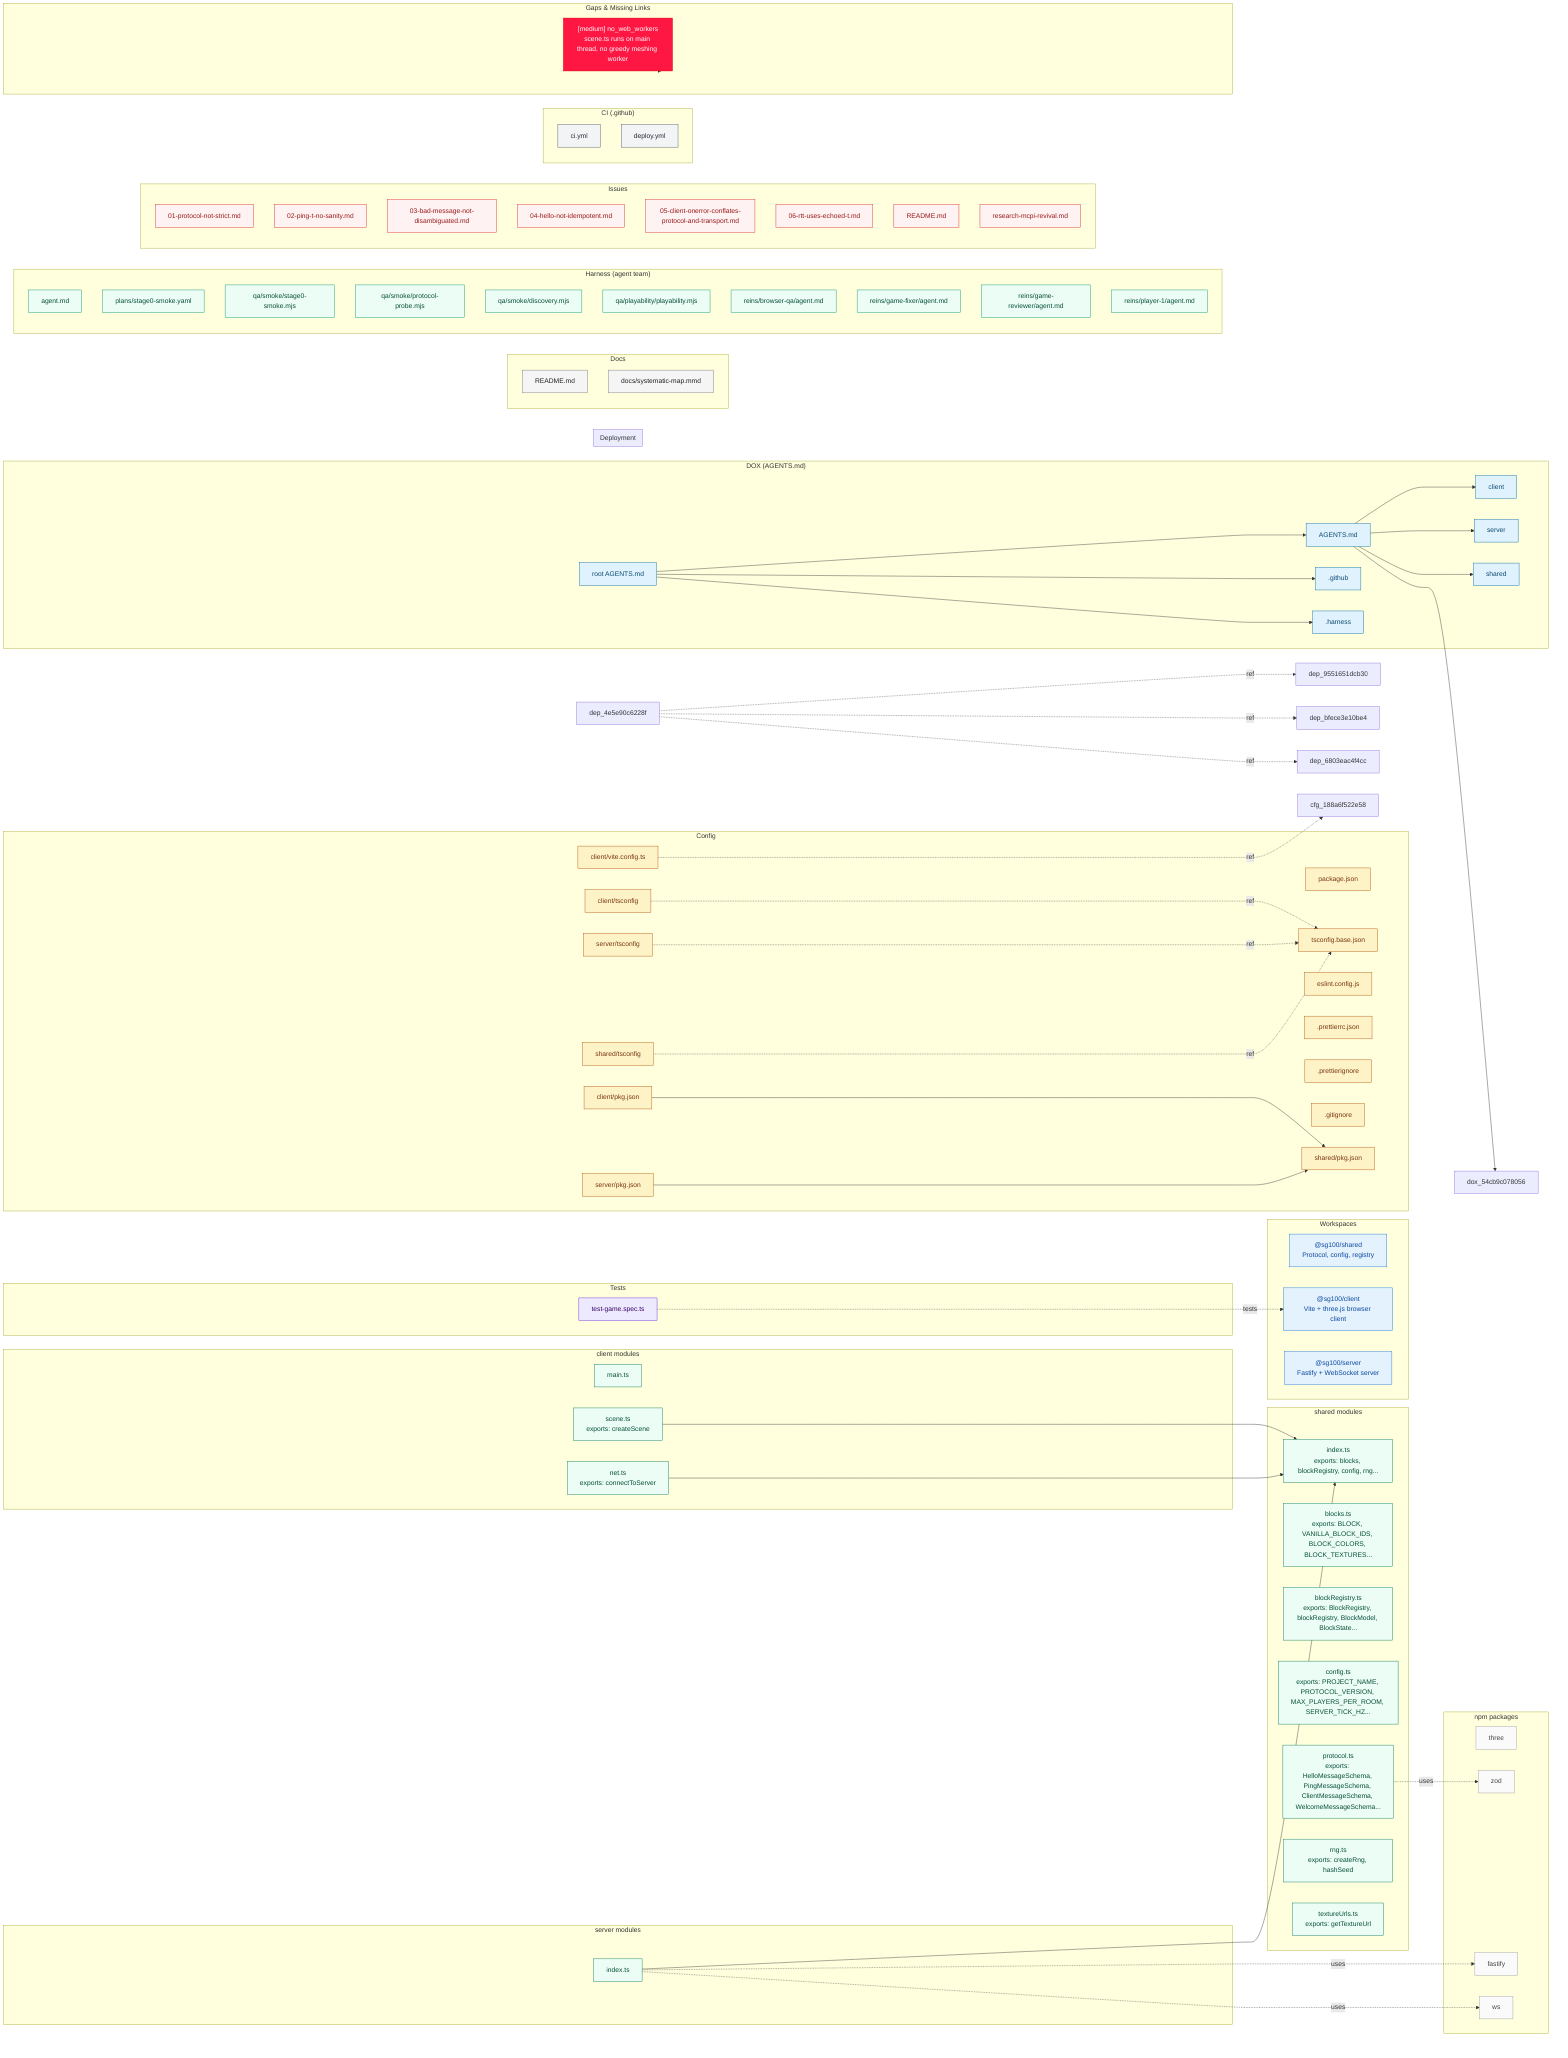
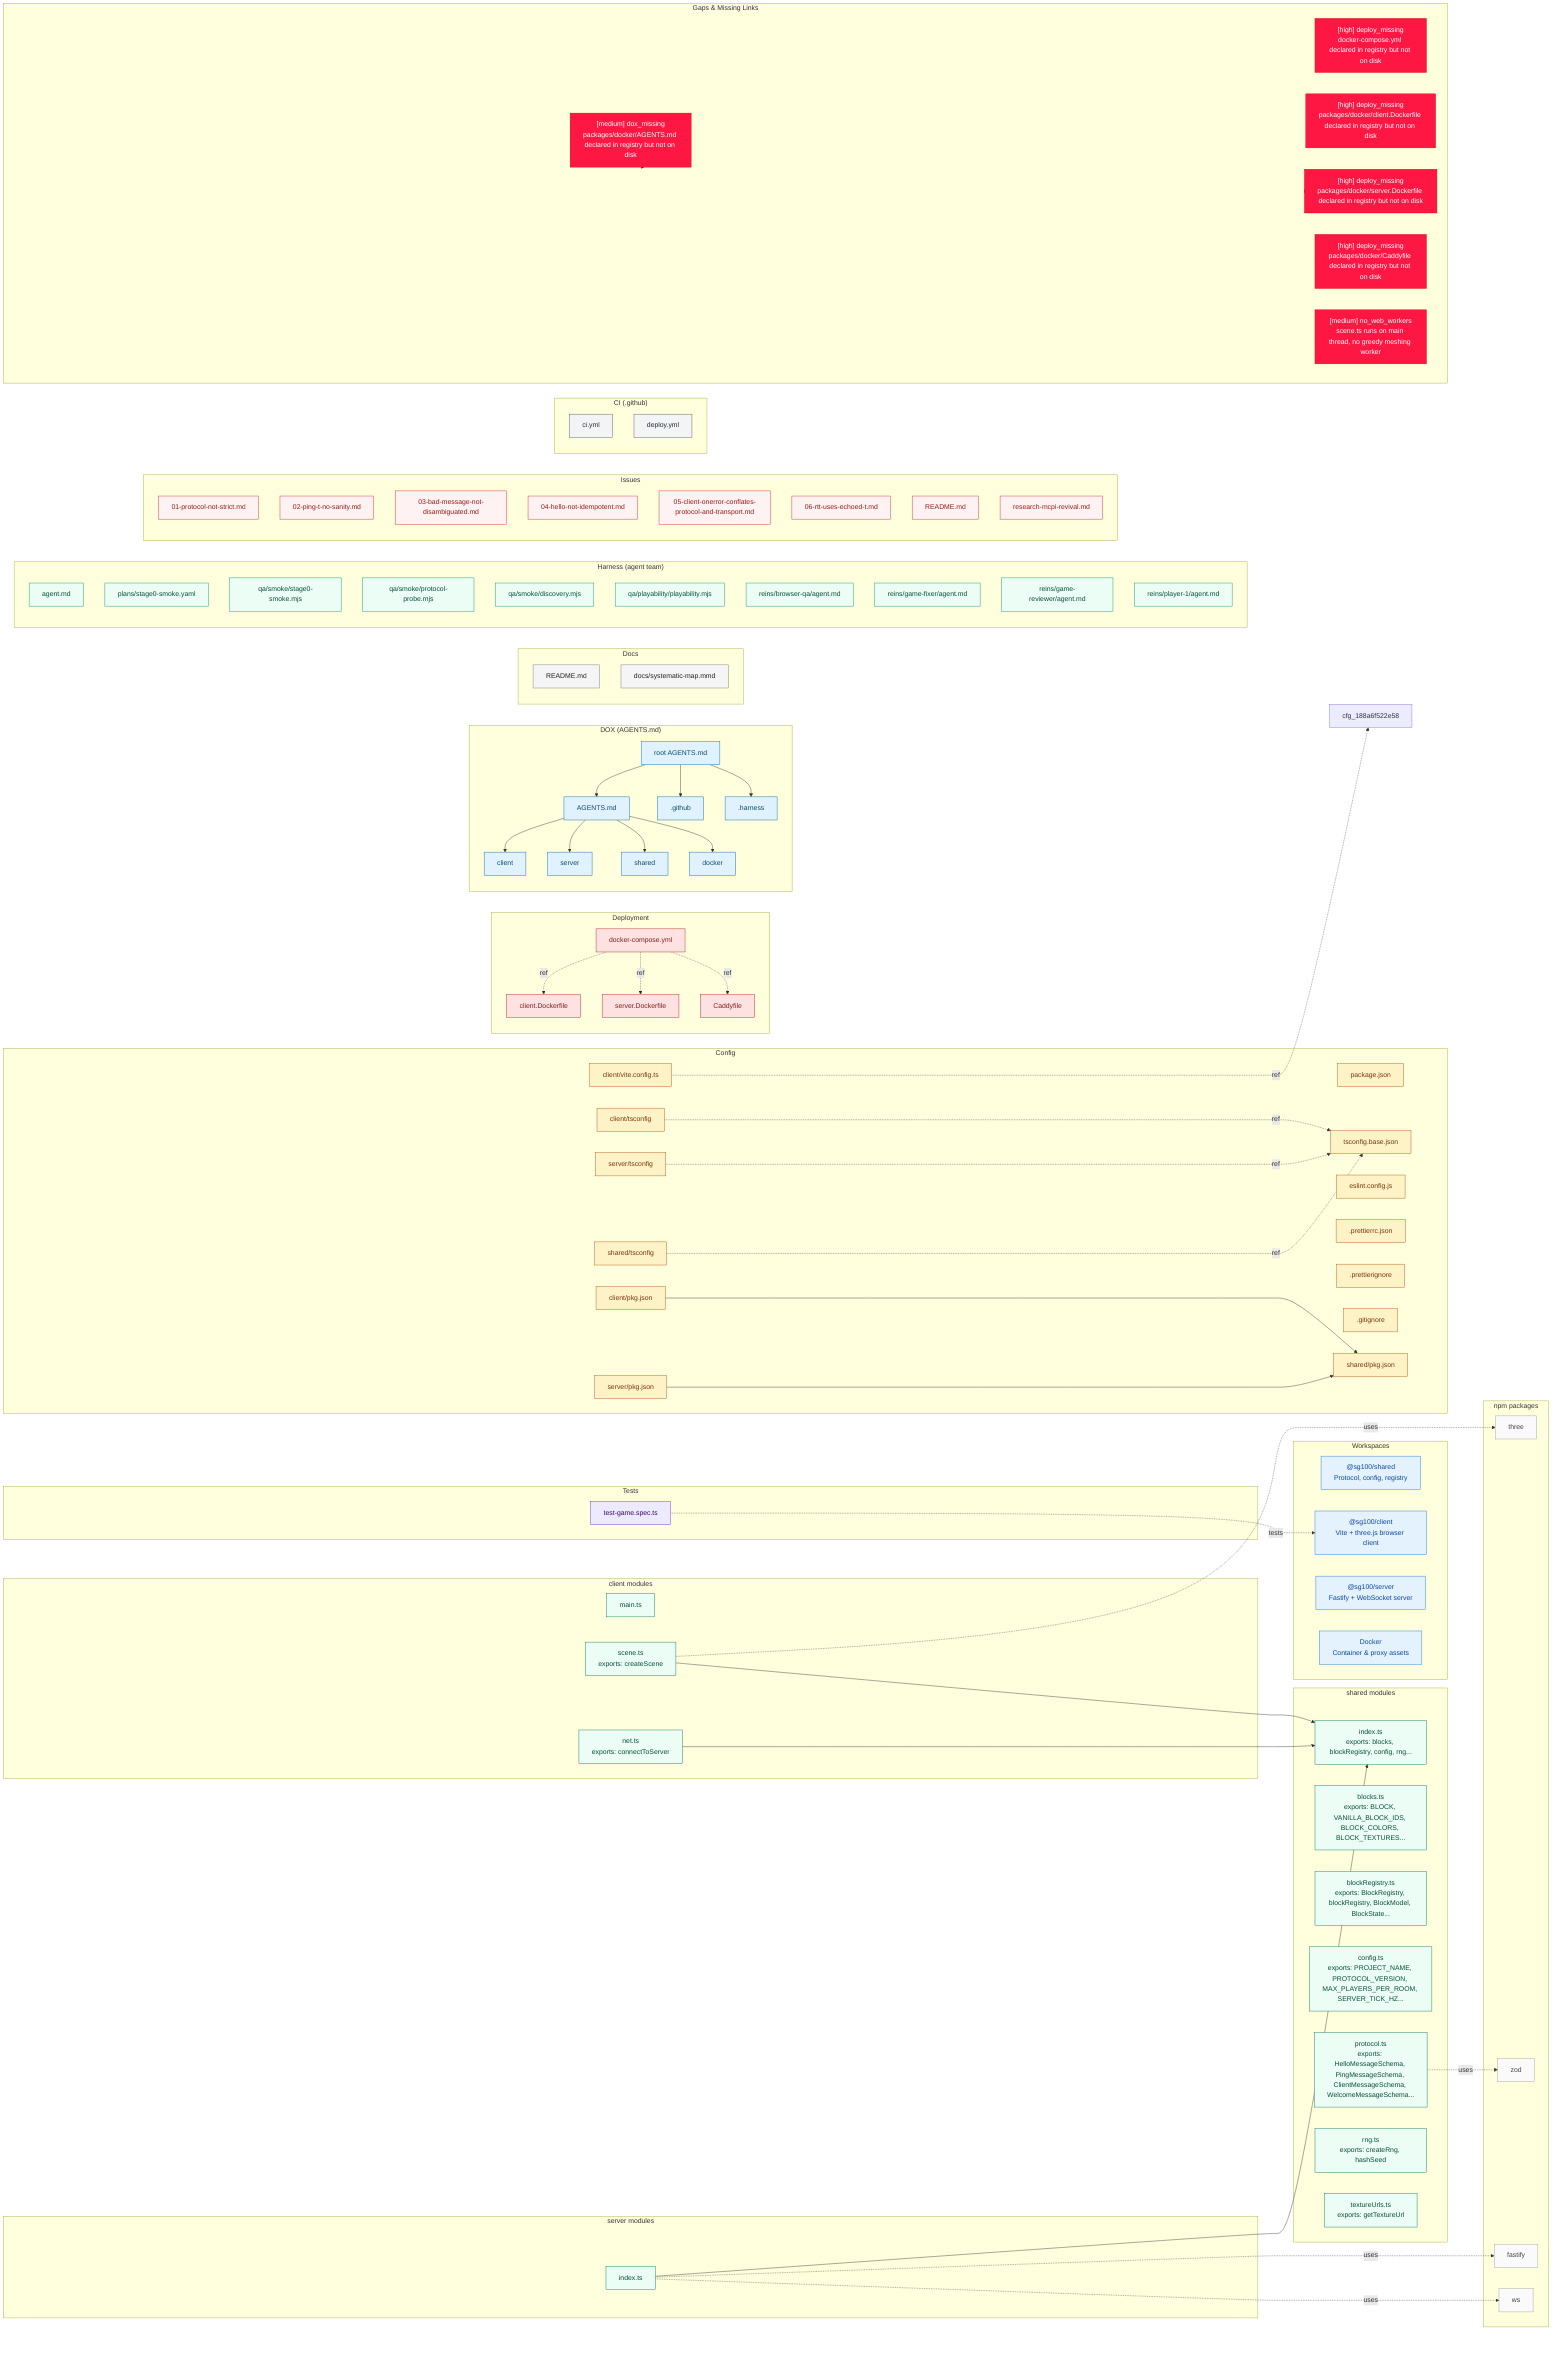
flowchart LR
  classDef workspace fill:#e3f2fd,stroke:#1976d2,color:#0d47a1
  classDef module fill:#ecfdf5,stroke:#047857,color:#064e3b
  classDef config fill:#fef3c7,stroke:#b45309,color:#78350f
  classDef deploy fill:#fee2e2,stroke:#b91c1c,color:#7f1d1d
  classDef dox fill:#e0f2fe,stroke:#0369a1,color:#0c4a6e
  classDef doc fill:#f5f5f5,stroke:#757575,color:#212121
  classDef test fill:#ede9fe,stroke:#6d28d9,color:#3b0764
  classDef harness fill:#ecfdf5,stroke:#059669,color:#064e3b
  classDef issue fill:#fef2f2,stroke:#dc2626,color:#991b1b
  classDef ci fill:#f3f4f6,stroke:#4b5563,color:#1f2937
  classDef npm fill:#fafafa,stroke:#9e9e9e,color:#424242
  classDef gap fill:#ff1744,stroke:#d50000,color:#ffffff
-   %% Summary: {"files":782,"modules":11,"npm_packages":3,"import_edges":6,"gap_count":1}
+   %% Summary: {"files":782,"modules":11,"npm_packages":4,"import_edges":7,"gap_count":6}

  subgraph WORKSPACES["Workspaces"]
    ws_shared["@sg100/shared\nProtocol, config, registry"]:::workspace
    ws_client["@sg100/client\nVite + three.js browser client"]:::workspace
    ws_server["@sg100/server\nFastify + WebSocket server"]:::workspace
+     ws_docker["Docker\nContainer & proxy assets"]:::workspace
  end

  subgraph MOD_SHARED["shared modules"]
    mod_21821d6d4273["index.ts\nexports: blocks, blockRegistry, config, rng..."]:::module
    mod_b74f08e6d180["blocks.ts\nexports: BLOCK, VANILLA_BLOCK_IDS, BLOCK_COLORS, BLOCK_TEXTURES..."]:::module
    mod_59b70ee5611d["blockRegistry.ts\nexports: BlockRegistry, blockRegistry, BlockModel, BlockState..."]:::module
    mod_6c9dde7ef55c["config.ts\nexports: PROJECT_NAME, PROTOCOL_VERSION, MAX_PLAYERS_PER_ROOM, SERVER_TICK_HZ..."]:::module
    mod_1769cb4ac51b["protocol.ts\nexports: HelloMessageSchema, PingMessageSchema, ClientMessageSchema, WelcomeMessageSchema..."]:::module
    mod_94de254da76c["rng.ts\nexports: createRng, hashSeed"]:::module
    mod_61ed6f06b9fb["textureUrls.ts\nexports: getTextureUrl"]:::module
  end

  subgraph MOD_CLIENT["client modules"]
    mod_188a6f522e58["main.ts"]:::module
    mod_f63c4faf7db8["scene.ts\nexports: createScene"]:::module
    mod_c60f6217a9fe["net.ts\nexports: connectToServer"]:::module
  end

  subgraph MOD_SERVER["server modules"]
    mod_544c6c6d49ee["index.ts"]:::module
  end

  subgraph NPM["npm packages"]
    npm_three["three"]:::npm
    npm_zod["zod"]:::npm
    npm_fastify["fastify"]:::npm
    npm_ws["ws"]:::npm
  end

  subgraph CONFIG["Config"]
    cfg_b9cfc7f2cdf7["package.json"]:::config
    cfg_bd08939a7f74["tsconfig.base.json"]:::config
    cfg_e7f6d45c8af2["eslint.config.js"]:::config
    cfg_ff25e0d5bd5e[".prettierrc.json"]:::config
    cfg_23949df756e1[".prettierignore"]:::config
    cfg_a084b794bc07[".gitignore"]:::config
    cfg_30a035b5c9df["client/pkg.json"]:::config
    cfg_1d0b340b7dce["client/tsconfig"]:::config
    cfg_49c137df3b0d["client/vite.config.ts"]:::config
    cfg_8c42f42f65d0["server/pkg.json"]:::config
    cfg_f9fa0eb3c81c["server/tsconfig"]:::config
    cfg_ab6458f6838f["shared/pkg.json"]:::config
    cfg_b7aaf361f3c3["shared/tsconfig"]:::config
  end

  subgraph DEPLOY["Deployment"]
+     dep_4e5e90c6228f["docker-compose.yml"]:::deploy
+     dep_9551651dcb30["client.Dockerfile"]:::deploy
+     dep_bfece3e10be4["server.Dockerfile"]:::deploy
+     dep_6803eac4f4cc["Caddyfile"]:::deploy
  end

  subgraph DOX["DOX (AGENTS.md)"]
    dox_bc5441b46c60["root AGENTS.md"]:::dox
    dox_d6b6bace75ac["AGENTS.md"]:::dox
    dox_ca2d6a7590ed["client"]:::dox
    dox_c0d2d0473bab["server"]:::dox
    dox_79bed11741a0["shared"]:::dox
+     dox_54cb9c078056["docker"]:::dox
    dox_6ccb0c1fd449[".github"]:::dox
    dox_78539403181b[".harness"]:::dox
  end

  subgraph DOCS["Docs"]
    doc_04c6e90faac2["README.md"]:::doc
    doc_887a0d2cbc14["docs/systematic-map.mmd"]:::doc
  end

  subgraph TEST["Tests"]
    test_93acd3d81f7e["test-game.spec.ts"]:::test
  end

  subgraph HARNESS["Harness (agent team)"]
    harn_398583b85005["agent.md"]:::harness
    harn_91b66b6b9f82["plans/stage0-smoke.yaml"]:::harness
    harn_b7bdc105c8d9["qa/smoke/stage0-smoke.mjs"]:::harness
    harn_53ee8949f323["qa/smoke/protocol-probe.mjs"]:::harness
    harn_1a1911110a87["qa/smoke/discovery.mjs"]:::harness
    harn_ef065ed3cce5["qa/playability/playability.mjs"]:::harness
    harn_74c315e9d73d["reins/browser-qa/agent.md"]:::harness
    harn_a67d2ed27475["reins/game-fixer/agent.md"]:::harness
    harn_3a8a9f5c18f6["reins/game-reviewer/agent.md"]:::harness
    harn_597d5a616e3e["reins/player-1/agent.md"]:::harness
  end

  subgraph ISSUES["Issues"]
    iss_0264c22478fd["01-protocol-not-strict.md"]:::issue
    iss_f76cc338fcdf["02-ping-t-no-sanity.md"]:::issue
    iss_16f3e47c94f7["03-bad-message-not-disambiguated.md"]:::issue
    iss_ee19e0f29577["04-hello-not-idempotent.md"]:::issue
    iss_8cef78a32f50["05-client-onerror-conflates-protocol-and-transport.md"]:::issue
    iss_c4668ef32fa9["06-rtt-uses-echoed-t.md"]:::issue
    iss_c0f97ce05e5c["README.md"]:::issue
    iss_a68d9d2b6518["research-mcpi-revival.md"]:::issue
  end

  subgraph CI["CI (.github)"]
    ci_e9f950f17198["ci.yml"]:::ci
    ci_3680803a67ea["deploy.yml"]:::ci
  end

  subgraph GAP["Gaps & Missing Links"]
-     gap_0["[medium] no_web_workers\nscene.ts runs on main thread, no greedy meshing worker"]:::gap
+     gap_0["[medium] dox_missing\npackages/docker/AGENTS.md declared in registry but not on disk"]:::gap
+     gap_1["[high] deploy_missing\ndocker-compose.yml declared in registry but not on disk"]:::gap
+     gap_2["[high] deploy_missing\npackages/docker/client.Dockerfile declared in registry but not on disk"]:::gap
+     gap_3["[high] deploy_missing\npackages/docker/server.Dockerfile declared in registry but not on disk"]:::gap
+     gap_4["[high] deploy_missing\npackages/docker/Caddyfile declared in registry but not on disk"]:::gap
+     gap_5["[medium] no_web_workers\nscene.ts runs on main thread, no greedy meshing worker"]:::gap
  end

  %% Workspace dependencies
  cfg_30a035b5c9df --> cfg_ab6458f6838f
  cfg_8c42f42f65d0 --> cfg_ab6458f6838f

  %% Module imports
  mod_f63c4faf7db8 --> mod_21821d6d4273
  mod_c60f6217a9fe --> mod_21821d6d4273
  mod_544c6c6d49ee --> mod_21821d6d4273

  %% npm package usage
  mod_1769cb4ac51b -.uses.-> npm_zod
+   mod_f63c4faf7db8 -.uses.-> npm_three
  mod_544c6c6d49ee -.uses.-> npm_fastify
  mod_544c6c6d49ee -.uses.-> npm_ws

  %% DOX ownership
  dox_bc5441b46c60 --> dox_d6b6bace75ac
  dox_d6b6bace75ac --> dox_ca2d6a7590ed
  dox_d6b6bace75ac --> dox_c0d2d0473bab
  dox_d6b6bace75ac --> dox_79bed11741a0
  dox_d6b6bace75ac --> dox_54cb9c078056
  dox_bc5441b46c60 --> dox_6ccb0c1fd449
  dox_bc5441b46c60 --> dox_78539403181b

  %% Deploy references
  dep_4e5e90c6228f -.ref.-> dep_9551651dcb30
  dep_4e5e90c6228f -.ref.-> dep_bfece3e10be4
  dep_4e5e90c6228f -.ref.-> dep_6803eac4f4cc

  %% Config references
  cfg_1d0b340b7dce -.ref.-> cfg_bd08939a7f74
  cfg_f9fa0eb3c81c -.ref.-> cfg_bd08939a7f74
  cfg_b7aaf361f3c3 -.ref.-> cfg_bd08939a7f74
  cfg_49c137df3b0d -.ref.-> cfg_188a6f522e58

  %% Test targets
  test_93acd3d81f7e -.tests.-> ws_client

  %% Gap edges
  GAP -.-> gap_0
+   GAP -.-> gap_1
+   GAP -.-> gap_2
+   GAP -.-> gap_3
+   GAP -.-> gap_4
+   GAP -.-> gap_5
